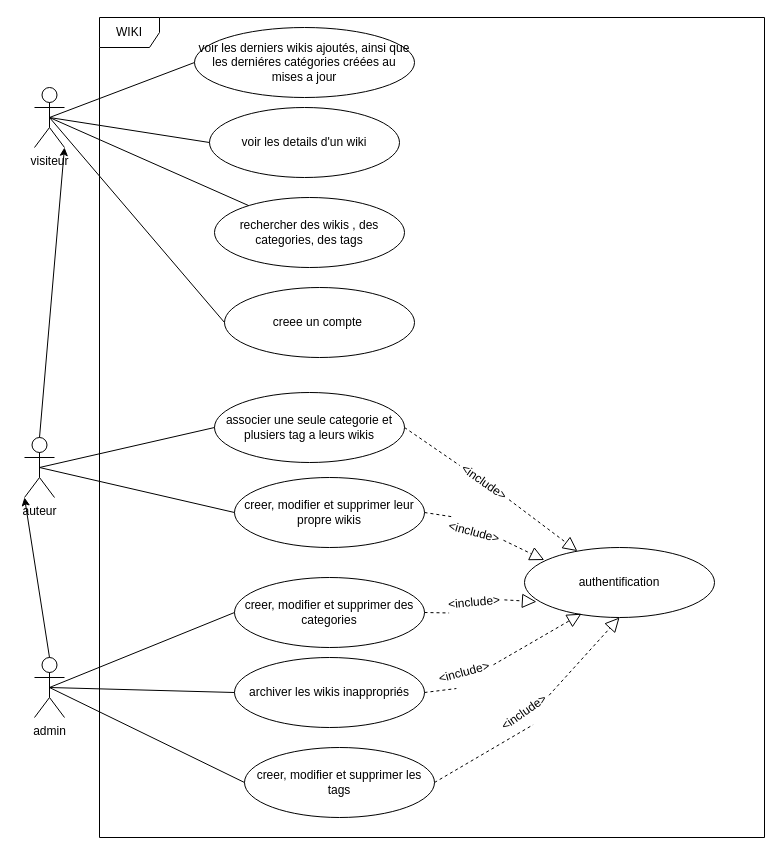
Earlier version of the draw.io diagram use_case.drawio (yassirrachad97/Wiki-). Source tidied: cells renumbered, new cells numbered last; positions are measured from the earlier drawing's top-left corner, leaving out a move shared by most shapes. Both pictures are drawn from the tidied source at 100%, with x=0, y=0 at pixel (24, 17).
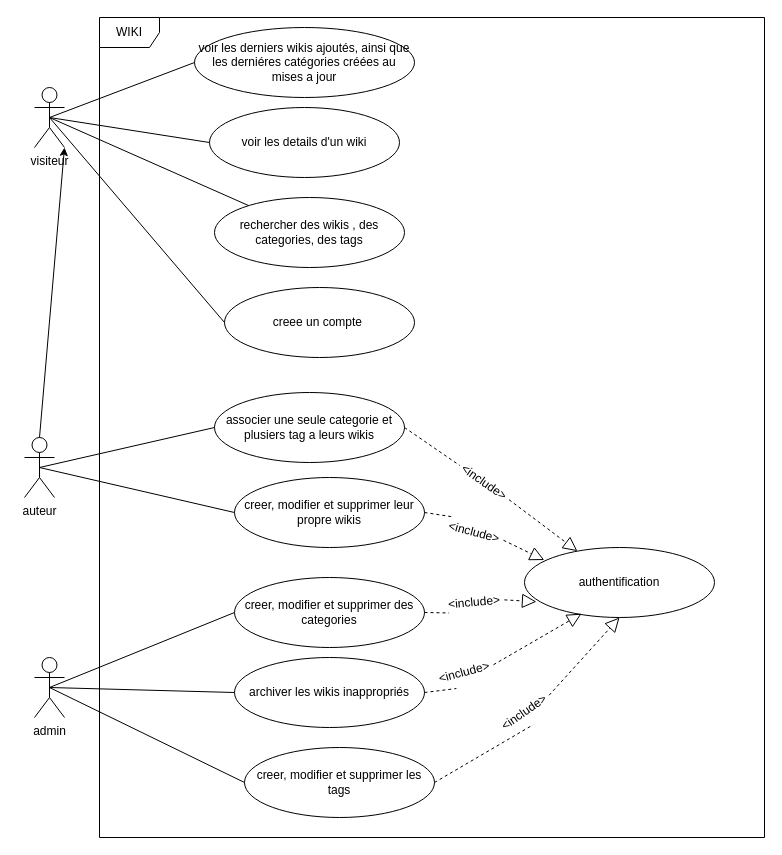
After the change.

The change refers to these unchanged cells:
```xml
<mxCell id="3" value="auteur" style="shape=umlActor;verticalLabelPosition=bottom;verticalAlign=top;html=1;" parent="1" vertex="1">
  <mxGeometry y="420" width="30" height="60" as="geometry" />
</mxCell>
<mxCell id="4" value="admin" style="shape=umlActor;verticalLabelPosition=bottom;verticalAlign=top;html=1;" parent="1" vertex="1">
  <mxGeometry x="10" y="640" width="30" height="60" as="geometry" />
</mxCell>
```

The edit, as a diff of the source:
```diff
@@
-    <mxCell id="21" style="endArrow=classic;html=1;exitX=0.5;exitY=0;exitDx=0;exitDy=0;exitPerimeter=0;entryX=0;entryY=1;entryDx=0;entryDy=0;entryPerimeter=0;" parent="1" edge="1" source="4" target="3">
-      <mxGeometry relative="1" as="geometry" />
-    </mxCell>
```
